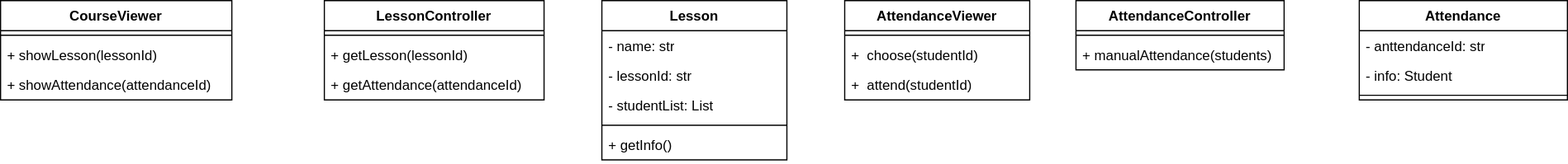
This is ClassDiagram 2.drawio.svg from ntmly/ThuchanhphattrienhethongTTNT, a draw.io export, as it was before one commit. Source tidied: cells renumbered, new cells last; positions are measured from the earlier drawing's top-left corner, leaving out a move shared by most shapes.
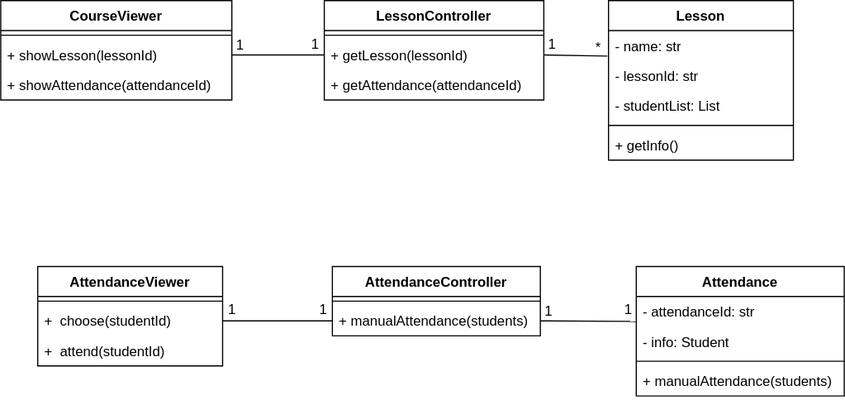
The same diagram one commit later.

Commit message:
Cập nhật ClassDiagram 2.drawio.svg

Diff of the diagram source:
```diff
@@ -27,7 +27,7 @@
       <mxGeometry y="60" width="190" height="26" as="geometry" />
     </mxCell>
     <mxCell id="10" value="Lesson" style="swimlane;fontStyle=1;align=center;verticalAlign=top;horizontal=1;startSize=26;whiteSpace=wrap;html=1;" parent="1" vertex="1">
-      <mxGeometry x="520" width="160" height="138" as="geometry" />
+      <mxGeometry x="526" width="160" height="138" as="geometry" />
     </mxCell>
     <mxCell id="11" value="- name: str" style="text;strokeColor=none;fillColor=none;align=left;verticalAlign=top;spacingLeft=4;spacingRight=4;overflow=hidden;whiteSpace=wrap;html=1;" parent="10" vertex="1">
       <mxGeometry y="26" width="160" height="26" as="geometry" />
@@ -45,7 +45,7 @@
       <mxGeometry y="112" width="160" height="26" as="geometry" />
     </mxCell>
     <mxCell id="16" value="AttendanceViewer" style="swimlane;fontStyle=1;align=center;verticalAlign=top;horizontal=1;startSize=26;whiteSpace=wrap;html=1;" parent="1" vertex="1">
-      <mxGeometry x="730" width="160" height="86" as="geometry" />
+      <mxGeometry x="32" y="230" width="160" height="86" as="geometry" />
     </mxCell>
     <mxCell id="17" style="line;strokeWidth=1;fillColor=none;align=left;verticalAlign=middle;spacingTop=-1;spacingLeft=3;spacingRight=3;labelPosition=right;strokeColor=inherit;" parent="16" vertex="1">
       <mxGeometry y="26" width="160" height="8" as="geometry" />
@@ -57,9 +57,9 @@
       <mxGeometry y="60" width="160" height="26" as="geometry" />
     </mxCell>
     <mxCell id="20" value="Attendance" style="swimlane;fontStyle=1;align=center;verticalAlign=top;horizontal=1;startSize=26;whiteSpace=wrap;html=1;" parent="1" vertex="1">
-      <mxGeometry x="1175" width="180" height="86" as="geometry" />
+      <mxGeometry x="550" y="230" width="180" height="112" as="geometry" />
     </mxCell>
-    <mxCell id="21" value="- anttendanceId: str" style="text;strokeColor=none;fillColor=none;align=left;verticalAlign=top;spacingLeft=4;spacingRight=4;overflow=hidden;points=[[0,0.5],[1,0.5]];portConstraint=eastwest;whiteSpace=wrap;html=1;" parent="20" vertex="1">
+    <mxCell id="21" value="- attendanceId: str" style="text;strokeColor=none;fillColor=none;align=left;verticalAlign=top;spacingLeft=4;spacingRight=4;overflow=hidden;points=[[0,0.5],[1,0.5]];portConstraint=eastwest;whiteSpace=wrap;html=1;" parent="20" vertex="1">
       <mxGeometry y="26" width="180" height="26" as="geometry" />
     </mxCell>
     <mxCell id="22" value="- info: Student" style="text;strokeColor=none;fillColor=none;align=left;verticalAlign=top;spacingLeft=4;spacingRight=4;overflow=hidden;whiteSpace=wrap;html=1;" parent="20" vertex="1">
@@ -68,8 +68,11 @@
     <mxCell id="23" style="line;strokeWidth=1;fillColor=none;align=left;verticalAlign=middle;spacingTop=-1;spacingLeft=3;spacingRight=3;labelPosition=right;strokeColor=inherit;" parent="20" vertex="1">
       <mxGeometry y="78" width="180" height="8" as="geometry" />
     </mxCell>
+    <mxCell id="27" value="+ manualAttendance(students)" style="text;strokeColor=none;fillColor=none;align=left;verticalAlign=top;spacingLeft=4;spacingRight=4;overflow=hidden;whiteSpace=wrap;html=1;" parent="20" vertex="1">
+      <mxGeometry y="86" width="180" height="26" as="geometry" />
+    </mxCell>
     <mxCell id="24" value="AttendanceController" style="swimlane;fontStyle=1;align=center;verticalAlign=top;horizontal=1;startSize=26;whiteSpace=wrap;html=1;" parent="1" vertex="1">
-      <mxGeometry x="930" width="180" height="60" as="geometry" />
+      <mxGeometry x="287" y="230" width="180" height="60" as="geometry" />
     </mxCell>
     <mxCell id="25" style="line;strokeWidth=1;fillColor=none;align=left;verticalAlign=middle;spacingTop=-1;spacingLeft=3;spacingRight=3;labelPosition=right;strokeColor=inherit;" parent="24" vertex="1">
       <mxGeometry y="26" width="180" height="8" as="geometry" />
@@ -77,5 +80,41 @@
     <mxCell id="26" value="+ manualAttendance(students)" style="text;strokeColor=none;fillColor=none;align=left;verticalAlign=top;spacingLeft=4;spacingRight=4;overflow=hidden;points=[[0,0.5],[1,0.5]];portConstraint=eastwest;whiteSpace=wrap;html=1;" parent="24" vertex="1">
       <mxGeometry y="34" width="180" height="26" as="geometry" />
     </mxCell>
+    <mxCell id="28" style="rounded=0;jettySize=auto;html=1;entryX=0;entryY=0.5;entryDx=0;entryDy=0;endArrow=none;startFill=0;" parent="1" edge="1" source="4" target="8">
+      <mxGeometry relative="1" as="geometry" />
+    </mxCell>
+    <mxCell id="29" value="1" style="text;html=1;align=center;verticalAlign=middle;strokeColor=none;fillColor=none;" parent="1" vertex="1">
+      <mxGeometry x="192" y="24" width="30" height="30" as="geometry" />
+    </mxCell>
+    <mxCell id="30" value="1" style="text;html=1;align=center;verticalAlign=middle;strokeColor=none;fillColor=none;" parent="1" vertex="1">
+      <mxGeometry x="257" y="23" width="30" height="30" as="geometry" />
+    </mxCell>
+    <mxCell id="31" style="rounded=0;jettySize=auto;html=1;exitX=1;exitY=0.5;exitDx=0;exitDy=0;entryX=-0.006;entryY=-0.154;entryDx=0;entryDy=0;entryPerimeter=0;endArrow=none;startFill=0;" parent="1" edge="1" source="8" target="12">
+      <mxGeometry relative="1" as="geometry" />
+    </mxCell>
+    <mxCell id="32" value="1" style="text;html=1;align=center;verticalAlign=middle;strokeColor=none;fillColor=none;" parent="1" vertex="1">
+      <mxGeometry x="462" y="23" width="30" height="30" as="geometry" />
+    </mxCell>
+    <mxCell id="33" value="*" style="text;html=1;align=center;verticalAlign=middle;strokeColor=none;fillColor=none;" parent="1" vertex="1">
+      <mxGeometry x="502" y="26" width="30" height="30" as="geometry" />
+    </mxCell>
+    <mxCell id="34" style="endArrow=none;html=1;rounded=0;exitX=1;exitY=0.5;exitDx=0;exitDy=0;entryX=0;entryY=0.5;entryDx=0;entryDy=0;" parent="1" edge="1" source="18" target="26">
+      <mxGeometry relative="1" as="geometry" />
+    </mxCell>
+    <mxCell id="35" style="endArrow=none;html=1;rounded=0;exitX=1;exitY=0.5;exitDx=0;exitDy=0;entryX=-0.001;entryY=0.829;entryDx=0;entryDy=0;entryPerimeter=0;" parent="1" edge="1" source="26" target="21">
+      <mxGeometry relative="1" as="geometry" />
+    </mxCell>
+    <mxCell id="36" value="1" style="text;html=1;align=center;verticalAlign=middle;strokeColor=none;fillColor=none;" parent="1" vertex="1">
+      <mxGeometry x="185" y="253" width="30" height="30" as="geometry" />
+    </mxCell>
+    <mxCell id="37" value="1" style="text;html=1;align=center;verticalAlign=middle;strokeColor=none;fillColor=none;" parent="1" vertex="1">
+      <mxGeometry x="264" y="253" width="30" height="30" as="geometry" />
+    </mxCell>
+    <mxCell id="38" value="1" style="text;html=1;align=center;verticalAlign=middle;strokeColor=none;fillColor=none;" parent="1" vertex="1">
+      <mxGeometry x="459" y="254" width="30" height="30" as="geometry" />
+    </mxCell>
+    <mxCell id="39" value="1" style="text;html=1;align=center;verticalAlign=middle;strokeColor=none;fillColor=none;" parent="1" vertex="1">
+      <mxGeometry x="528" y="253" width="30" height="30" as="geometry" />
+    </mxCell>
   </root>
 </mxGraphModel>
```
